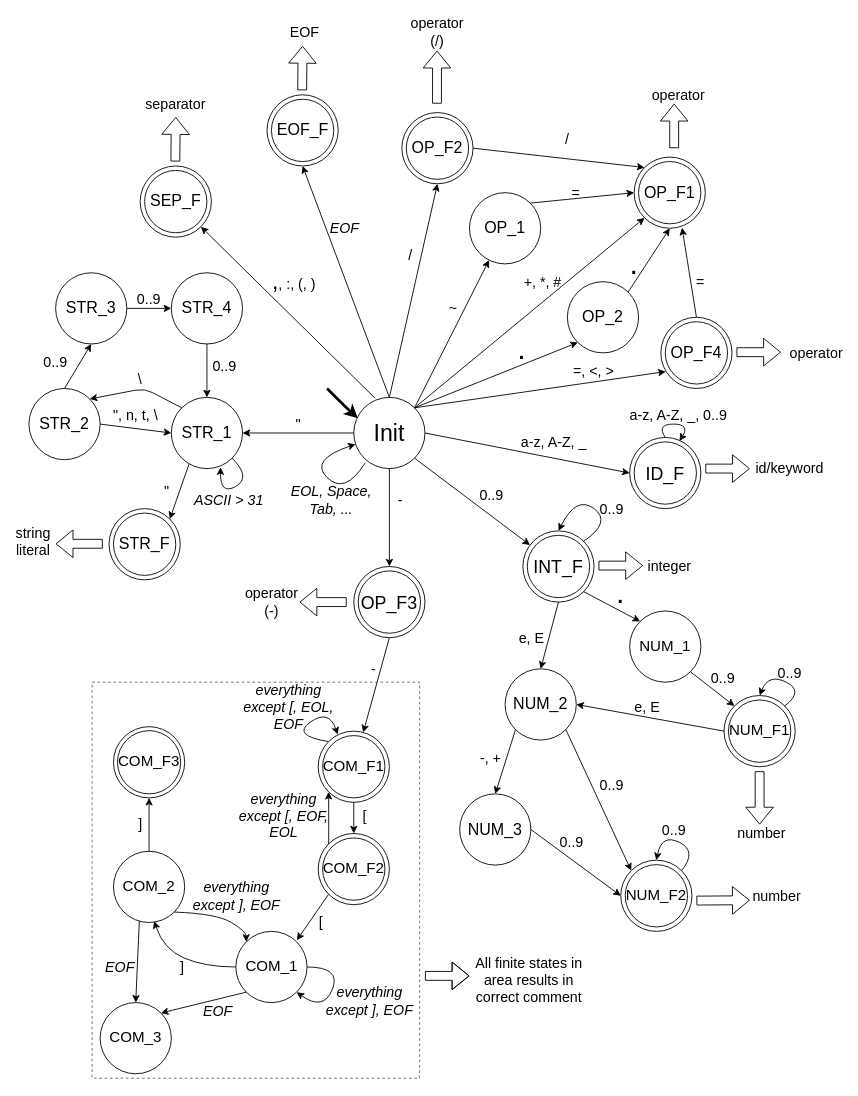
Above: fsm.drawio in vojone/IFJ21 (draw.io), before the change. Source tidied: cells renumbered, new cells numbered last; positions are measured from the earlier drawing's top-left corner, leaving out a move shared by most shapes. Both pictures are drawn from the tidied source at 89%, with x=0, y=0 at pixel (15, 23).
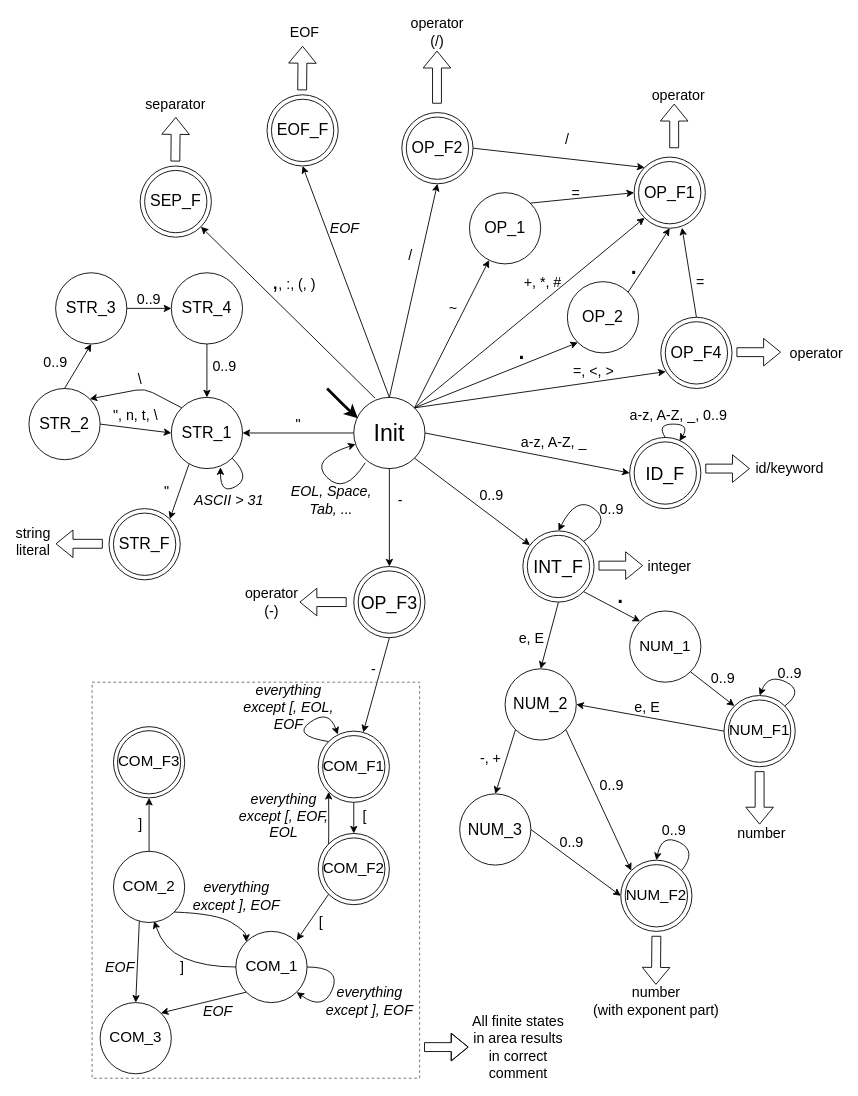
Above is the later version.

Commit message:
Better FSM model

Change to the diagram source:
```diff
@@
-    <mxCell id="69" value="number" style="text;html=1;strokeColor=none;fillColor=none;align=center;verticalAlign=middle;whiteSpace=wrap;rounded=0;fontSize=16;" parent="1" vertex="1">
-      <mxGeometry x="831" y="970" width="49" height="20" as="geometry" />
+    <mxCell id="69" value="&lt;div&gt;number&lt;/div&gt;&lt;div&gt;(with exponent part)&lt;br&gt;&lt;/div&gt;" style="text;html=1;strokeColor=none;fillColor=none;align=center;verticalAlign=middle;whiteSpace=wrap;rounded=0;fontSize=16;" parent="1" vertex="1">
+      <mxGeometry x="642" y="1087.5" width="156" height="20" as="geometry" />
     </mxCell>
@@
     <mxCell id="132" style="shape=flexArrow;endArrow=classic;html=1;fontSize=16;strokeWidth=1;" parent="1" edge="1">
       <mxGeometry relative="1" as="geometry">
-        <mxPoint x="460" y="1070" as="sourcePoint" />
-        <mxPoint x="510" y="1070" as="targetPoint" />
+        <mxPoint x="459" y="1150" as="sourcePoint" />
+        <mxPoint x="509" y="1150" as="targetPoint" />
         <Array as="points">
-          <mxPoint x="480" y="1070" />
+          <mxPoint x="479" y="1150" />
         </Array>
       </mxGeometry>
     </mxCell>
     <mxCell id="133" value="All finite states in area results in correct comment" style="text;html=1;strokeColor=none;fillColor=none;align=center;verticalAlign=middle;whiteSpace=wrap;rounded=0;fontSize=16;" parent="1" vertex="1">
-      <mxGeometry x="514" y="1030" width="126" height="90" as="geometry" />
+      <mxGeometry x="509" y="1115" width="112" height="70" as="geometry" />
     </mxCell>
@@
     <mxCell id="151" style="shape=flexArrow;endArrow=classic;html=1;fontSize=16;strokeWidth=1;" parent="1" edge="1">
       <mxGeometry relative="1" as="geometry">
-        <mxPoint x="765" y="985.4" as="sourcePoint" />
-        <mxPoint x="825" y="985" as="targetPoint" />
+        <mxPoint x="720" y="1025" as="sourcePoint" />
+        <mxPoint x="719.5" y="1080" as="targetPoint" />
       </mxGeometry>
     </mxCell>
```
